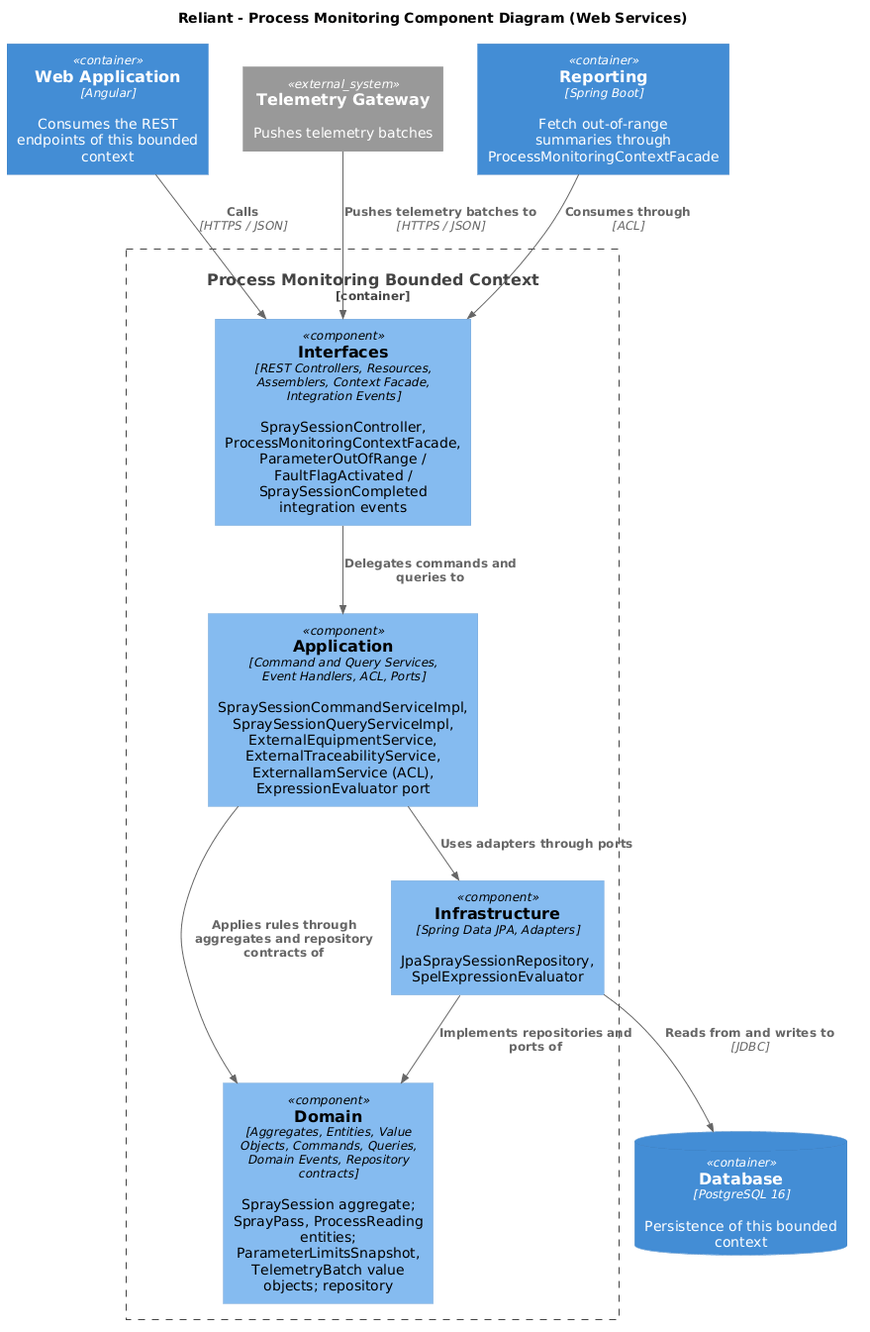
Before: assets/img/4.chapter-iv/4.6.domain-driven-software-architecture/4.6.4.software-architecture-components-diagrams/reliant-c4-components-processmonitoring-web-services.png, a diagram exported from PlantUML (upc-pre-202620-1asi0729-7753-innovacorp/reliant-report). Its diagram source:
```plantuml
@startuml
!includeurl https://raw.githubusercontent.com/plantuml-stdlib/C4-PlantUML/master/C4_Component.puml

title Reliant - Process Monitoring Component Diagram (Web Services)

Container(webapp, "Web Application", "Angular", "Consumes the REST endpoints of this bounded context")
ContainerDb(db, "Database", "PostgreSQL 16", "Persistence of this bounded context")
System_Ext(gateway, "Telemetry Gateway", "Pushes telemetry batches")
Container(downstream, "Reporting", "Spring Boot", "Fetch out-of-range summaries through ProcessMonitoringContextFacade")

Container_Boundary(bc, "Process Monitoring Bounded Context") {
    Component(interfaces, "Interfaces", "REST Controllers, Resources, Assemblers, Context Facade, Integration Events", "SpraySessionController, ProcessMonitoringContextFacade, ParameterOutOfRange / FaultFlagActivated / SpraySessionCompleted integration events")
    Component(application, "Application", "Command and Query Services, Event Handlers, ACL, Ports", "SpraySessionCommandServiceImpl, SpraySessionQueryServiceImpl, ExternalEquipmentService, ExternalTraceabilityService, ExternalIamService (ACL), ExpressionEvaluator port")
    Component(domain, "Domain", "Aggregates, Entities, Value Objects, Commands, Queries, Domain Events, Repository contracts", "SpraySession aggregate; SprayPass, ProcessReading entities; ParameterLimitsSnapshot, TelemetryBatch value objects; repository")
    Component(infrastructure, "Infrastructure", "Spring Data JPA, Adapters", "JpaSpraySessionRepository, SpelExpressionEvaluator")
}

Rel(webapp, interfaces, "Calls", "HTTPS / JSON")
Rel(gateway, interfaces, "Pushes telemetry batches to", "HTTPS / JSON")
Rel(interfaces, application, "Delegates commands and queries to")
Rel(application, domain, "Applies rules through aggregates and repository contracts of")
Rel(infrastructure, domain, "Implements repositories and ports of")
Rel(application, infrastructure, "Uses adapters through ports")
Rel(infrastructure, db, "Reads from and writes to", "JDBC")
Rel(downstream, interfaces, "Consumes through", "ACL")
@enduml
```
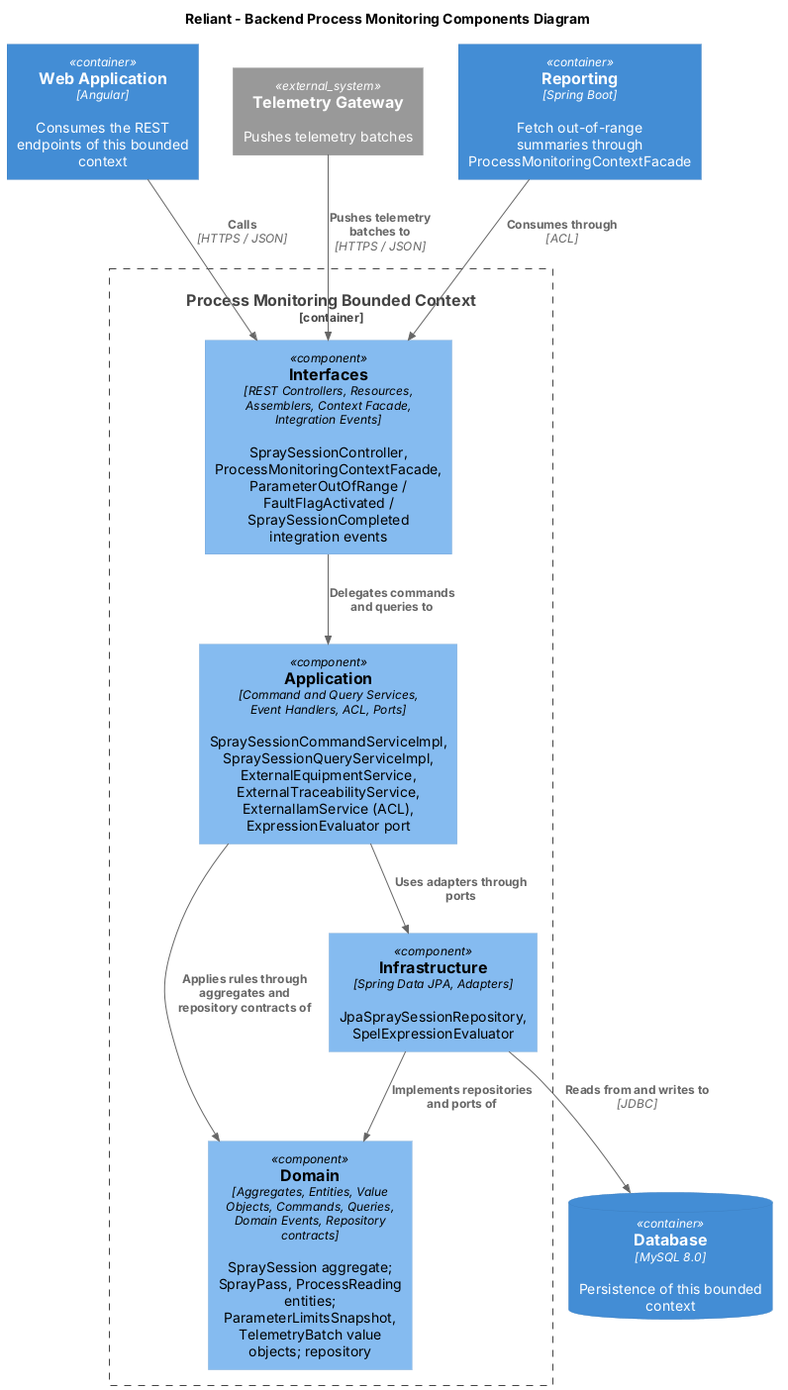
The same file after the commit.

What changed in the source:
```diff
@@ -1,10 +1,10 @@
-@startuml
+@startuml "Components-ProcessMonitoring"
 !includeurl https://raw.githubusercontent.com/plantuml-stdlib/C4-PlantUML/master/C4_Component.puml
 
-title Reliant - Process Monitoring Component Diagram (Web Services)
+title Reliant - Backend Process Monitoring Components Diagram
 
 Container(webapp, "Web Application", "Angular", "Consumes the REST endpoints of this bounded context")
-ContainerDb(db, "Database", "PostgreSQL 16", "Persistence of this bounded context")
+ContainerDb(db, "Database", "MySQL 8.0", "Persistence of this bounded context")
 System_Ext(gateway, "Telemetry Gateway", "Pushes telemetry batches")
 Container(downstream, "Reporting", "Spring Boot", "Fetch out-of-range summaries through ProcessMonitoringContextFacade")
 
```
